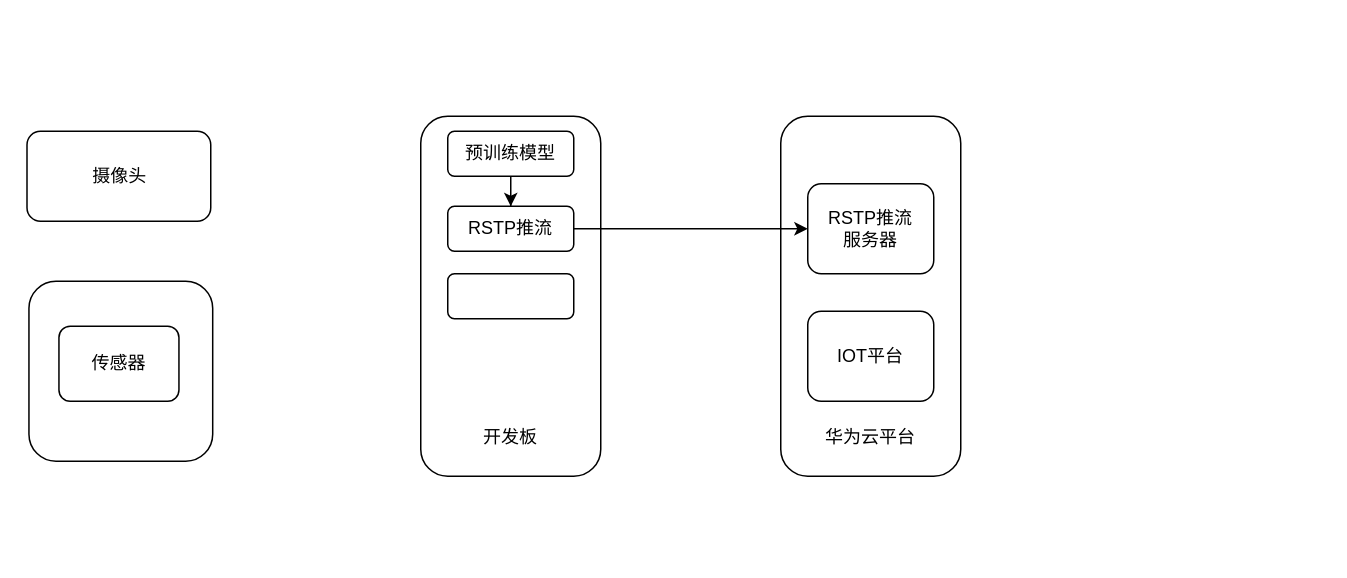
The draw.io diagram assets/test.drawio in Duxingmengshou/Duxingmengshou.github.io, before the edit. Source tidied: cells renumbered, new cells numbered last; positions are measured from the earlier drawing's top-left corner, leaving out a move shared by most shapes. Both pictures are drawn from the tidied source at 150%, with x=0, y=0 at pixel (27, 116).
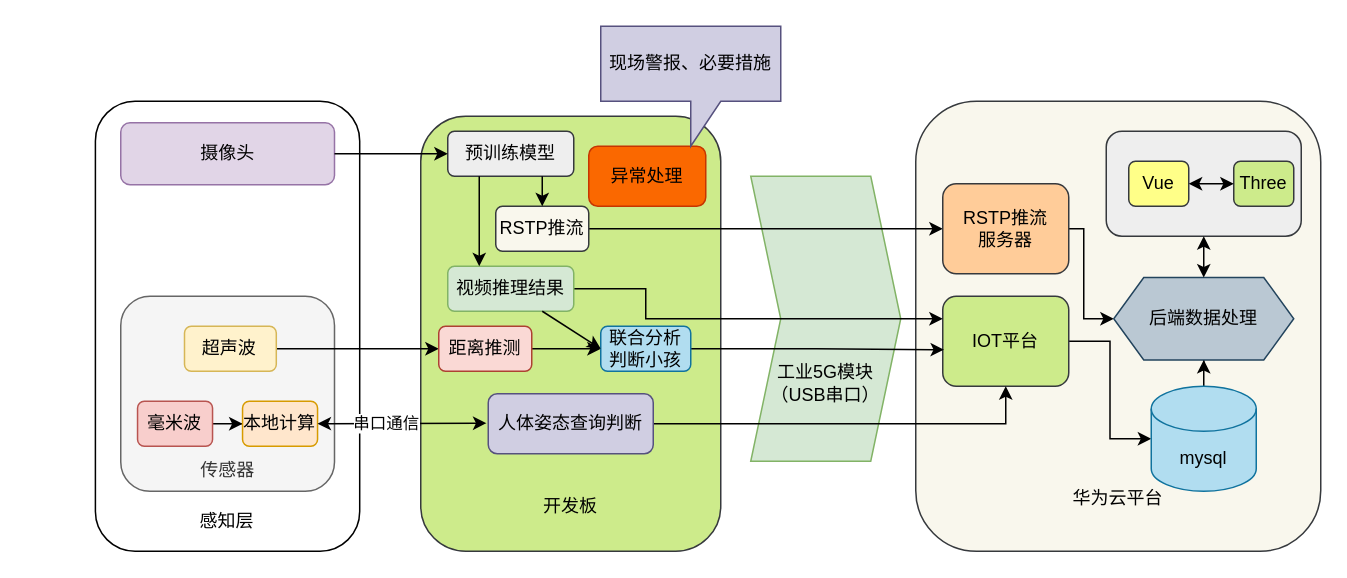
After the change.

The edit, as a diff of the source:
```diff
@@
+    <mxCell id="14" value="&lt;br&gt;&lt;br&gt;&lt;br&gt;&lt;br&gt;&lt;br&gt;&lt;br&gt;&lt;br&gt;&lt;br&gt;&lt;br&gt;&lt;br&gt;&lt;br&gt;&lt;br&gt;&lt;br&gt;&lt;br&gt;&lt;br&gt;&lt;br&gt;&lt;br&gt;&lt;br&gt;感知层" style="rounded=1;whiteSpace=wrap;html=1;" parent="1" vertex="1">
+      <mxGeometry x="45.1" y="-10" width="176.2" height="300" as="geometry" />
+    </mxCell>
+    <mxCell id="15" value="&lt;br&gt;&lt;br&gt;&lt;br&gt;&lt;br&gt;&lt;br&gt;&lt;br&gt;工业5G模块&lt;br&gt;（USB串口）" style="shape=step;perimeter=stepPerimeter;whiteSpace=wrap;html=1;fixedSize=1;fillColor=#d5e8d4;strokeColor=#82b366;" parent="1" vertex="1">
+      <mxGeometry x="482" y="40" width="100" height="190" as="geometry" />
+    </mxCell>
-    <mxCell id="2" value="摄像头" style="rounded=1;whiteSpace=wrap;html=1;" parent="1" vertex="1">
-      <mxGeometry x="-0.5" y="10" width="122.5" height="60" as="geometry" />
+    <mxCell id="2" value="摄像头" style="rounded=1;whiteSpace=wrap;html=1;fillColor=#e1d5e7;strokeColor=#9673a6;" parent="1" vertex="1">
+      <mxGeometry x="62" y="4.4" width="142.5" height="41.2" as="geometry" />
     </mxCell>
-    <mxCell id="3" value="&lt;br&gt;&lt;br&gt;&lt;br&gt;&lt;br&gt;" style="rounded=1;whiteSpace=wrap;html=1;" parent="1" vertex="1">
-      <mxGeometry x="0.8" y="110" width="122.5" height="120" as="geometry" />
+    <mxCell id="3" value="&lt;br&gt;&lt;br&gt;&lt;br&gt;&lt;br&gt;&lt;br&gt;&lt;br&gt;&lt;br&gt;传感器" style="rounded=1;whiteSpace=wrap;html=1;fillColor=#f5f5f5;fontColor=#333333;strokeColor=#666666;" parent="1" vertex="1">
+      <mxGeometry x="62" y="120" width="142.5" height="130" as="geometry" />
     </mxCell>
+    <mxCell id="16" style="edgeStyle=orthogonalEdgeStyle;rounded=0;jettySize=auto;html=1;entryX=0;entryY=0.5;entryDx=0;entryDy=0;" parent="1" edge="1" source="4" target="28">
+      <mxGeometry relative="1" as="geometry" />
+    </mxCell>
-    <mxCell id="4" value="传感器" style="rounded=1;whiteSpace=wrap;html=1;" parent="1" vertex="1">
-      <mxGeometry x="20.8" y="140" width="80" height="50" as="geometry" />
+    <mxCell id="4" value="毫米波" style="rounded=1;whiteSpace=wrap;html=1;fillColor=#f8cecc;strokeColor=#b85450;" parent="1" vertex="1">
+      <mxGeometry x="73.2" y="190" width="50" height="30" as="geometry" />
     </mxCell>
-    <mxCell id="5" value="&lt;br&gt;&lt;br&gt;&lt;br&gt;&lt;br&gt;&lt;br&gt;&lt;br&gt;&lt;br&gt;&lt;br&gt;&lt;br&gt;&lt;br&gt;&lt;br&gt;&lt;br&gt;&lt;br&gt;开发板" style="rounded=1;whiteSpace=wrap;html=1;" parent="1" vertex="1">
-      <mxGeometry x="262" width="120" height="240" as="geometry" />
+    <mxCell id="5" value="&lt;br&gt;&lt;br&gt;&lt;br&gt;&lt;br&gt;&lt;br&gt;&lt;br&gt;&lt;br&gt;&lt;br&gt;&lt;br&gt;&lt;br&gt;&lt;br&gt;&lt;br&gt;&lt;br&gt;&lt;br&gt;&lt;br&gt;&lt;br&gt;开发板" style="rounded=1;whiteSpace=wrap;html=1;fillColor=#cdeb8b;strokeColor=#36393d;" parent="1" vertex="1">
+      <mxGeometry x="262" width="200" height="290" as="geometry" />
     </mxCell>
-    <mxCell id="6" value="&lt;br&gt;&lt;br&gt;&lt;br&gt;&lt;br&gt;&lt;br&gt;&lt;br&gt;&lt;br&gt;&lt;br&gt;&lt;br&gt;&lt;br&gt;&lt;br&gt;&lt;br&gt;&lt;br&gt;华为云平台" style="rounded=1;whiteSpace=wrap;html=1;" parent="1" vertex="1">
-      <mxGeometry x="502" width="120" height="240" as="geometry" />
+    <mxCell id="6" value="&lt;br&gt;&lt;br&gt;&lt;br&gt;&lt;br&gt;&lt;br&gt;&lt;br&gt;&lt;br&gt;&lt;br&gt;&lt;br&gt;&lt;br&gt;&lt;br&gt;&lt;br&gt;&lt;br&gt;&lt;br&gt;&lt;br&gt;&lt;br&gt;华为云平台" style="rounded=1;whiteSpace=wrap;html=1;fillColor=#f9f7ed;strokeColor=#36393d;" parent="1" vertex="1">
+      <mxGeometry x="592" y="-10" width="270" height="300" as="geometry" />
     </mxCell>
-    <mxCell id="7" style="edgeStyle=orthogonalEdgeStyle;rounded=0;jettySize=auto;html=1;entryX=0.5;entryY=0;entryDx=0;entryDy=0;" parent="1" edge="1" source="8" target="10">
-      <mxGeometry relative="1" as="geometry" />
-    </mxCell>
-    <mxCell id="8" value="预训练模型" style="rounded=1;whiteSpace=wrap;html=1;" parent="1" vertex="1">
+    <mxCell id="8" value="预训练模型" style="rounded=1;whiteSpace=wrap;html=1;fillColor=#eeeeee;strokeColor=#36393d;" parent="1" vertex="1">
       <mxGeometry x="280" y="10" width="84" height="30" as="geometry" />
     </mxCell>
@@
-    <mxCell id="10" value="RSTP推流" style="rounded=1;whiteSpace=wrap;html=1;" parent="1" vertex="1">
-      <mxGeometry x="280" y="60" width="84" height="30" as="geometry" />
+    <mxCell id="10" value="RSTP推流" style="rounded=1;whiteSpace=wrap;html=1;fillColor=#f9f7ed;strokeColor=#36393d;" parent="1" vertex="1">
+      <mxGeometry x="312" y="60" width="62" height="30" as="geometry" />
     </mxCell>
+    <mxCell id="17" style="edgeStyle=orthogonalEdgeStyle;rounded=0;jettySize=auto;html=1;entryX=0;entryY=0.5;entryDx=0;entryDy=0;" parent="1" edge="1" source="11" target="38">
+      <mxGeometry relative="1" as="geometry">
+        <Array as="points">
+          <mxPoint x="704" y="75" />
+          <mxPoint x="704" y="135" />
+        </Array>
+      </mxGeometry>
+    </mxCell>
-    <mxCell id="11" value="RSTP推流&lt;br&gt;服务器" style="rounded=1;whiteSpace=wrap;html=1;" parent="1" vertex="1">
-      <mxGeometry x="520" y="45" width="84" height="60" as="geometry" />
+    <mxCell id="11" value="RSTP推流&lt;br&gt;服务器" style="rounded=1;whiteSpace=wrap;html=1;fillColor=#ffcc99;strokeColor=#36393d;" parent="1" vertex="1">
+      <mxGeometry x="610" y="45" width="84" height="60" as="geometry" />
     </mxCell>
+    <mxCell id="18" style="edgeStyle=orthogonalEdgeStyle;rounded=0;jettySize=auto;html=1;entryX=0;entryY=0.5;entryDx=0;entryDy=0;entryPerimeter=0;" parent="1" edge="1" source="12" target="37">
+      <mxGeometry relative="1" as="geometry" />
+    </mxCell>
-    <mxCell id="12" value="IOT平台" style="rounded=1;whiteSpace=wrap;html=1;" parent="1" vertex="1">
-      <mxGeometry x="520" y="130" width="84" height="60" as="geometry" />
+    <mxCell id="12" value="IOT平台" style="rounded=1;whiteSpace=wrap;html=1;fillColor=#cdeb8b;strokeColor=#36393d;" parent="1" vertex="1">
+      <mxGeometry x="610" y="120" width="84" height="60" as="geometry" />
     </mxCell>
+    <mxCell id="19" style="edgeStyle=orthogonalEdgeStyle;rounded=0;jettySize=auto;html=1;entryX=0;entryY=0.25;entryDx=0;entryDy=0;" parent="1" edge="1" source="13" target="12">
+      <mxGeometry relative="1" as="geometry">
+        <Array as="points">
+          <mxPoint x="412" y="115" />
+          <mxPoint x="412" y="135" />
+        </Array>
+      </mxGeometry>
+    </mxCell>
-    <mxCell id="13" style="rounded=1;whiteSpace=wrap;html=1;" parent="1" vertex="1">
-      <mxGeometry x="280" y="105" width="84" height="30" as="geometry" />
+    <mxCell id="13" value="视频推理结果" style="rounded=1;whiteSpace=wrap;html=1;fillColor=#d5e8d4;strokeColor=#82b366;" parent="1" vertex="1">
+      <mxGeometry x="280" y="100" width="84" height="30" as="geometry" />
     </mxCell>
+    <mxCell id="20" style="endArrow=classic;html=1;rounded=0;entryX=0.25;entryY=0;entryDx=0;entryDy=0;exitX=0.25;exitY=1;exitDx=0;exitDy=0;" parent="1" edge="1" source="8" target="13">
+      <mxGeometry relative="1" as="geometry" />
+    </mxCell>
+    <mxCell id="7" style="endArrow=classic;html=1;rounded=0;exitX=0.75;exitY=1;exitDx=0;exitDy=0;entryX=0.5;entryY=0;entryDx=0;entryDy=0;" parent="1" edge="1" source="8" target="10">
+      <mxGeometry relative="1" as="geometry" />
+    </mxCell>
+    <mxCell id="21" style="edgeStyle=orthogonalEdgeStyle;rounded=0;jettySize=auto;html=1;entryX=0;entryY=0.5;entryDx=0;entryDy=0;" parent="1" edge="1" source="22" target="24">
+      <mxGeometry relative="1" as="geometry" />
+    </mxCell>
+    <mxCell id="22" value="超声波" style="rounded=1;whiteSpace=wrap;html=1;fillColor=#fff2cc;strokeColor=#d6b656;" parent="1" vertex="1">
+      <mxGeometry x="104.5" y="140" width="61.2" height="30" as="geometry" />
+    </mxCell>
+    <mxCell id="23" style="edgeStyle=orthogonalEdgeStyle;rounded=0;jettySize=auto;html=1;entryX=0;entryY=0.5;entryDx=0;entryDy=0;" parent="1" edge="1" source="24" target="26">
+      <mxGeometry relative="1" as="geometry" />
+    </mxCell>
+    <mxCell id="24" value="距离推测" style="rounded=1;whiteSpace=wrap;html=1;fillColor=#fad9d5;strokeColor=#ae4132;" parent="1" vertex="1">
+      <mxGeometry x="274" y="140" width="62" height="30" as="geometry" />
+    </mxCell>
+    <mxCell id="25" style="edgeStyle=orthogonalEdgeStyle;rounded=0;jettySize=auto;html=1;entryX=0.01;entryY=0.594;entryDx=0;entryDy=0;entryPerimeter=0;" parent="1" edge="1" source="26" target="12">
+      <mxGeometry relative="1" as="geometry" />
+    </mxCell>
+    <mxCell id="26" value="联合分析判断小孩" style="rounded=1;whiteSpace=wrap;html=1;fillColor=#b1ddf0;strokeColor=#10739e;" parent="1" vertex="1">
+      <mxGeometry x="382" y="140" width="60" height="30" as="geometry" />
+    </mxCell>
+    <mxCell id="27" style="endArrow=classic;html=1;rounded=0;exitX=0.75;exitY=1;exitDx=0;exitDy=0;entryX=0;entryY=0.5;entryDx=0;entryDy=0;" parent="1" edge="1" source="13" target="26">
+      <mxGeometry relative="1" as="geometry" />
+    </mxCell>
+    <mxCell id="28" value="本地计算" style="rounded=1;whiteSpace=wrap;html=1;fillColor=#ffe6cc;strokeColor=#d79b00;" parent="1" vertex="1">
+      <mxGeometry x="143.2" y="190" width="50" height="30" as="geometry" />
+    </mxCell>
+    <mxCell id="29" style="edgeStyle=orthogonalEdgeStyle;rounded=0;jettySize=auto;html=1;entryX=0.5;entryY=1;entryDx=0;entryDy=0;" parent="1" edge="1" source="30" target="12">
+      <mxGeometry relative="1" as="geometry" />
+    </mxCell>
+    <mxCell id="30" value="人体姿态查询判断" style="rounded=1;whiteSpace=wrap;html=1;fillColor=#d0cee2;strokeColor=#56517e;" parent="1" vertex="1">
+      <mxGeometry x="307" y="185" width="110" height="40" as="geometry" />
+    </mxCell>
+    <mxCell id="31" style="edgeStyle=orthogonalEdgeStyle;rounded=0;jettySize=auto;html=1;" parent="1" edge="1" source="2" target="8">
+      <mxGeometry relative="1" as="geometry" />
+    </mxCell>
+    <mxCell id="32" style="endArrow=classic;startArrow=classic;html=1;rounded=0;entryX=0;entryY=0.5;entryDx=0;entryDy=0;exitX=1;exitY=0.5;exitDx=0;exitDy=0;" parent="1" edge="1" source="28">
+      <mxGeometry relative="1" as="geometry">
+        <mxPoint x="305.8" y="204.6" as="targetPoint" />
+      </mxGeometry>
+    </mxCell>
+    <mxCell id="33" value="串口通信" style="edgeLabel;html=1;align=center;verticalAlign=middle;" parent="32" vertex="1">
+      <mxGeometry x="0.15" y="-2" relative="1" as="geometry">
+        <mxPoint x="-20" y="-2" as="offset" />
+      </mxGeometry>
+    </mxCell>
+    <mxCell id="34" value="异常处理" style="rounded=1;whiteSpace=wrap;html=1;fillColor=#fa6800;strokeColor=#C73500;fontColor=#000000;" parent="1" vertex="1">
+      <mxGeometry x="374" y="20" width="78" height="40" as="geometry" />
+    </mxCell>
+    <mxCell id="35" value="现场警报、必要措施" style="shape=callout;whiteSpace=wrap;html=1;perimeter=calloutPerimeter;fillColor=#d0cee2;strokeColor=#56517e;" parent="1" vertex="1">
+      <mxGeometry x="382" y="-60" width="120" height="80" as="geometry" />
+    </mxCell>
+    <mxCell id="36" style="edgeStyle=orthogonalEdgeStyle;rounded=0;jettySize=auto;html=1;entryX=0.5;entryY=1;entryDx=0;entryDy=0;" parent="1" edge="1" source="37" target="38">
+      <mxGeometry relative="1" as="geometry" />
+    </mxCell>
+    <mxCell id="37" value="mysql" style="shape=cylinder3;whiteSpace=wrap;html=1;boundedLbl=1;backgroundOutline=1;size=15;fillColor=#b1ddf0;strokeColor=#10739e;" parent="1" vertex="1">
+      <mxGeometry x="749" y="180" width="70" height="70" as="geometry" />
+    </mxCell>
+    <mxCell id="38" value="后端数据处理" style="shape=hexagon;perimeter=hexagonPerimeter2;whiteSpace=wrap;html=1;fixedSize=1;fillColor=#bac8d3;strokeColor=#23445d;" parent="1" vertex="1">
+      <mxGeometry x="724" y="107.5" width="120" height="55" as="geometry" />
+    </mxCell>
+    <mxCell id="39" style="rounded=1;whiteSpace=wrap;html=1;fillColor=#eeeeee;strokeColor=#36393d;" parent="1" vertex="1">
+      <mxGeometry x="719" y="10" width="130" height="70" as="geometry" />
+    </mxCell>
+    <mxCell id="40" value="Vue" style="rounded=1;whiteSpace=wrap;html=1;fillColor=#ffff88;strokeColor=#36393d;" parent="1" vertex="1">
+      <mxGeometry x="734" y="30" width="40" height="30" as="geometry" />
+    </mxCell>
+    <mxCell id="41" value="Three" style="rounded=1;whiteSpace=wrap;html=1;fillColor=#cdeb8b;strokeColor=#36393d;" parent="1" vertex="1">
+      <mxGeometry x="804" y="30" width="40" height="30" as="geometry" />
+    </mxCell>
+    <mxCell id="42" style="endArrow=classic;startArrow=classic;html=1;rounded=0;entryX=0;entryY=0.5;entryDx=0;entryDy=0;exitX=1;exitY=0.5;exitDx=0;exitDy=0;" parent="1" edge="1" source="40" target="41">
+      <mxGeometry relative="1" as="geometry" />
+    </mxCell>
+    <mxCell id="43" style="endArrow=classic;startArrow=classic;html=1;rounded=0;entryX=0.5;entryY=1;entryDx=0;entryDy=0;exitX=0.5;exitY=0;exitDx=0;exitDy=0;" parent="1" edge="1" source="38" target="39">
+      <mxGeometry relative="1" as="geometry" />
+    </mxCell>
```
